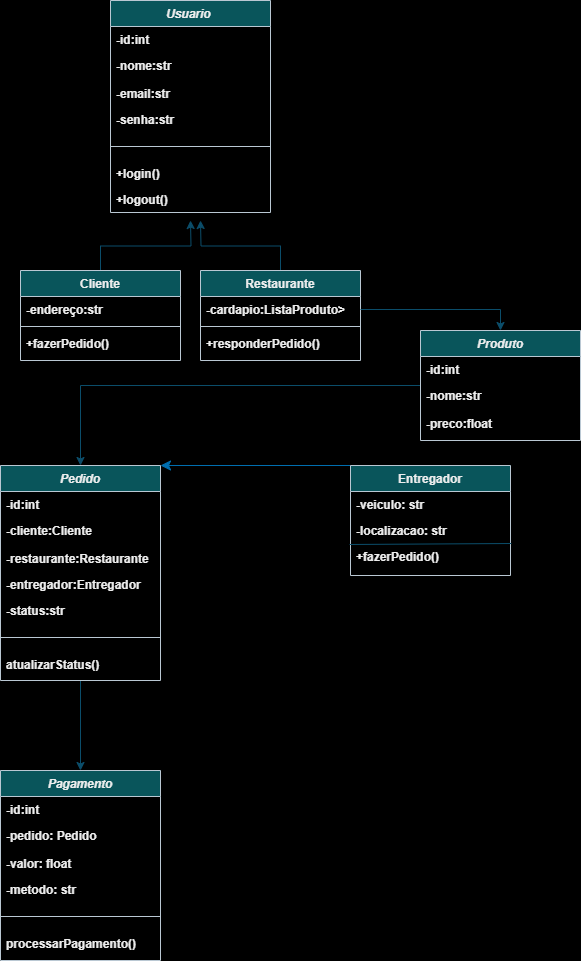
Before: Diagrama de classes DSC.png, a diagram exported from draw.io (luisfelipesantiago/Diagrama-de-classes). Source tidied: cells renumbered, new cells last; positions are measured from the earlier drawing's top-left corner, leaving out a move shared by most shapes.
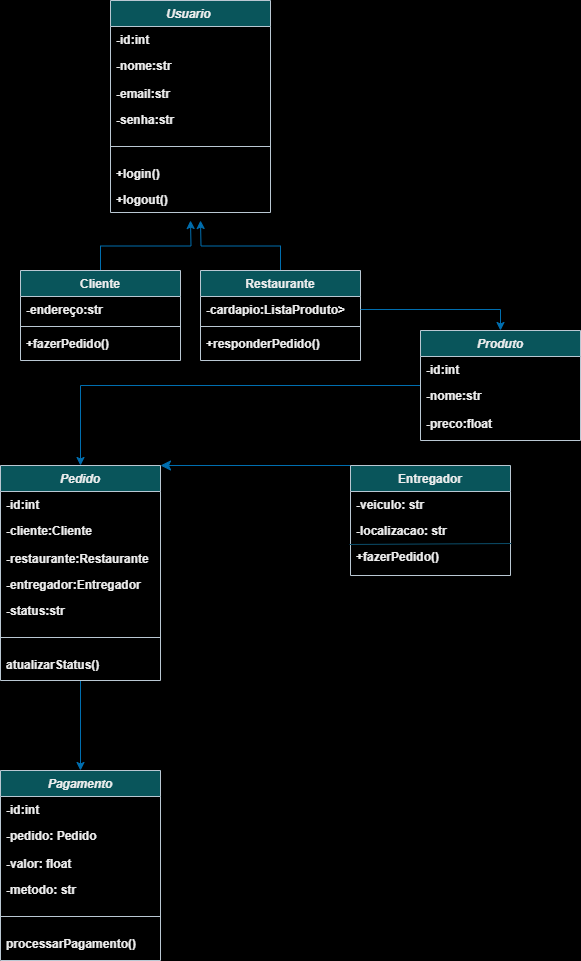
Later version of the same file.

The edit, as a diff of the source:
```diff
@@ -26,7 +26,7 @@
     <mxCell id="9" value="+logout()" style="text;align=left;verticalAlign=top;spacingLeft=4;spacingRight=4;overflow=hidden;rounded=0;shadow=0;html=0;labelBackgroundColor=none;fontColor=#EEEEEE;fontStyle=1;" parent="2" vertex="1">
       <mxGeometry y="186" width="160" height="26" as="geometry" />
     </mxCell>
-    <mxCell id="10" style="edgeStyle=orthogonalEdgeStyle;rounded=0;jettySize=auto;html=1;exitX=0.5;exitY=0;exitDx=0;exitDy=0;labelBackgroundColor=none;strokeColor=#0B4D6A;fontColor=default;fontStyle=1;" parent="1" edge="1" source="11">
+    <mxCell id="10" style="edgeStyle=orthogonalEdgeStyle;rounded=0;jettySize=auto;html=1;exitX=0.5;exitY=0;exitDx=0;exitDy=0;labelBackgroundColor=none;strokeColor=#006EAF;fontColor=default;fontStyle=1;fillColor=#1ba1e2;" parent="1" edge="1" source="11">
       <mxGeometry relative="1" as="geometry">
         <mxPoint x="190" y="220" as="targetPoint" />
       </mxGeometry>
@@ -43,7 +43,7 @@
     <mxCell id="14" value="+fazerPedido()" style="text;align=left;verticalAlign=top;spacingLeft=4;spacingRight=4;overflow=hidden;labelBackgroundColor=none;fontColor=#EEEEEE;fontStyle=1;" parent="11" vertex="1">
       <mxGeometry y="60" width="160" height="26" as="geometry" />
     </mxCell>
-    <mxCell id="15" style="edgeStyle=orthogonalEdgeStyle;rounded=0;jettySize=auto;html=1;labelBackgroundColor=none;strokeColor=#0B4D6A;fontColor=default;fontStyle=1;" parent="1" edge="1" source="16">
+    <mxCell id="15" style="edgeStyle=orthogonalEdgeStyle;rounded=0;jettySize=auto;html=1;labelBackgroundColor=none;strokeColor=#006EAF;fontColor=default;fontStyle=1;fillColor=#1ba1e2;" parent="1" edge="1" source="16">
       <mxGeometry relative="1" as="geometry">
         <mxPoint x="200" y="220" as="targetPoint" />
       </mxGeometry>
@@ -60,7 +60,7 @@
     <mxCell id="19" value="+responderPedido()" style="text;align=left;verticalAlign=top;spacingLeft=4;spacingRight=4;overflow=hidden;labelBackgroundColor=none;fontColor=#EEEEEE;fontStyle=1;" parent="16" vertex="1">
       <mxGeometry y="60" width="160" height="20" as="geometry" />
     </mxCell>
-    <mxCell id="20" style="edgeStyle=orthogonalEdgeStyle;rounded=0;jettySize=auto;html=1;entryX=0.5;entryY=0;entryDx=0;entryDy=0;labelBackgroundColor=none;strokeColor=#0B4D6A;fontColor=default;fontStyle=1;" parent="1" edge="1" source="21" target="27">
+    <mxCell id="20" style="edgeStyle=orthogonalEdgeStyle;rounded=0;jettySize=auto;html=1;entryX=0.5;entryY=0;entryDx=0;entryDy=0;labelBackgroundColor=none;strokeColor=#006EAF;fontColor=default;fontStyle=1;fillColor=#1ba1e2;" parent="1" edge="1" source="21" target="27">
       <mxGeometry relative="1" as="geometry" />
     </mxCell>
     <mxCell id="21" value="Produto" style="swimlane;fontStyle=3;align=center;verticalAlign=top;horizontal=1;startSize=26;rounded=0;shadow=0;strokeWidth=1;labelBackgroundColor=none;fillColor=#09555B;strokeColor=#BAC8D3;fontColor=#EEEEEE;" parent="1" vertex="1">
@@ -75,10 +75,10 @@
     <mxCell id="24" value="-preco:float" style="text;align=left;verticalAlign=top;spacingLeft=4;spacingRight=4;overflow=hidden;rounded=0;shadow=0;html=0;labelBackgroundColor=none;fontColor=#EEEEEE;fontStyle=1;" parent="21" vertex="1">
       <mxGeometry y="80" width="160" height="26" as="geometry" />
     </mxCell>
-    <mxCell id="25" style="edgeStyle=orthogonalEdgeStyle;rounded=0;jettySize=auto;html=1;exitX=1;exitY=0.5;exitDx=0;exitDy=0;entryX=0.5;entryY=0;entryDx=0;entryDy=0;labelBackgroundColor=none;strokeColor=#0B4D6A;fontColor=default;fontStyle=1;" parent="1" edge="1" source="17" target="21">
+    <mxCell id="25" style="edgeStyle=orthogonalEdgeStyle;rounded=0;jettySize=auto;html=1;exitX=1;exitY=0.5;exitDx=0;exitDy=0;entryX=0.5;entryY=0;entryDx=0;entryDy=0;labelBackgroundColor=none;strokeColor=#006EAF;fontColor=default;fontStyle=1;fillColor=#1ba1e2;" parent="1" edge="1" source="17" target="21">
       <mxGeometry relative="1" as="geometry" />
     </mxCell>
-    <mxCell id="26" style="edgeStyle=orthogonalEdgeStyle;rounded=0;jettySize=auto;html=1;entryX=0.5;entryY=0;entryDx=0;entryDy=0;labelBackgroundColor=none;strokeColor=#0B4D6A;fontColor=default;fontStyle=1;" parent="1" edge="1" source="27" target="35">
+    <mxCell id="26" style="edgeStyle=orthogonalEdgeStyle;rounded=0;jettySize=auto;html=1;entryX=0.5;entryY=0;entryDx=0;entryDy=0;labelBackgroundColor=none;strokeColor=#006EAF;fontColor=default;fontStyle=1;fillColor=#1ba1e2;" parent="1" edge="1" source="27" target="35">
       <mxGeometry relative="1" as="geometry" />
     </mxCell>
     <mxCell id="27" value="Pedido" style="swimlane;fontStyle=3;align=center;verticalAlign=top;horizontal=1;startSize=26;rounded=0;shadow=0;strokeWidth=1;labelBackgroundColor=none;fillColor=#09555B;strokeColor=#BAC8D3;fontColor=#EEEEEE;" parent="1" vertex="1">
```
